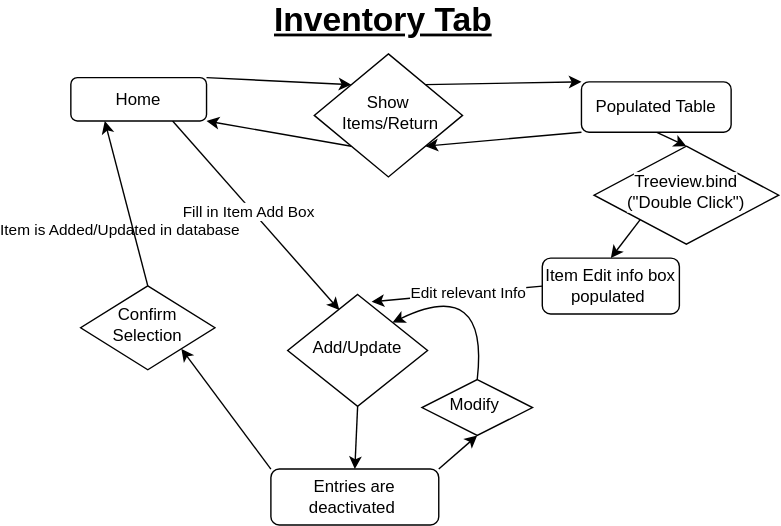
KitchenPizzeria/Client-Apps keeps this draw.io diagram as Data Flow Diagrams/InventoryPage.svg. Above is the earlier version. Source tidied: cells renumbered, new cells last; positions are measured from the earlier drawing's top-left corner, leaving out a move shared by most shapes.
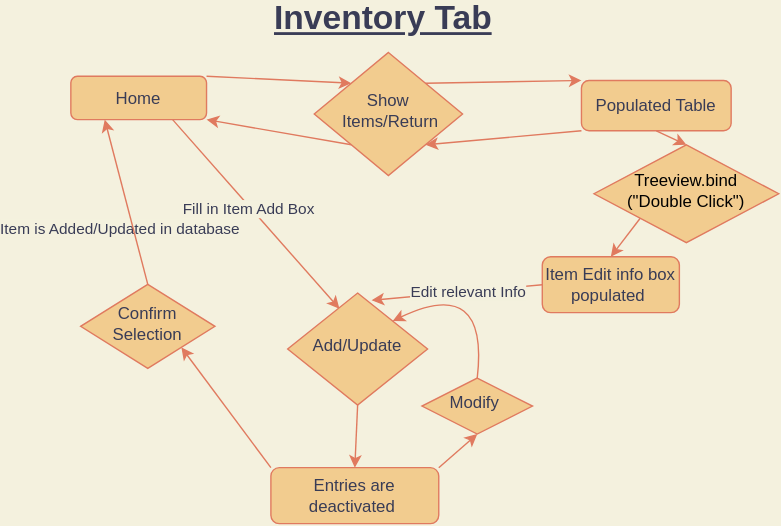
After the change.

Commit message:
Inventory - User Flow Diagram

What changed in the source:
```diff
@@ -1,93 +1,93 @@
-<mxGraphModel>
+<mxGraphModel background="#F4F1DE">
   <root>
     <mxCell id="0" />
     <mxCell id="1" parent="0" />
-    <mxCell id="2" style="edgeStyle=none;rounded=0;jettySize=auto;html=1;exitX=1;exitY=0;exitDx=0;exitDy=0;entryX=0;entryY=0;entryDx=0;entryDy=0;" parent="1" edge="1" source="5" target="8">
+    <mxCell id="2" style="edgeStyle=none;rounded=0;jettySize=auto;html=1;exitX=1;exitY=0;exitDx=0;exitDy=0;entryX=0;entryY=0;entryDx=0;entryDy=0;labelBackgroundColor=#F4F1DE;strokeColor=#E07A5F;fontColor=#393C56;" parent="1" edge="1" source="5" target="8">
       <mxGeometry relative="1" as="geometry" />
     </mxCell>
-    <mxCell id="3" style="edgeStyle=none;rounded=0;jettySize=auto;html=1;exitX=0.75;exitY=1;exitDx=0;exitDy=0;entryX=0.37;entryY=0.14;entryDx=0;entryDy=0;entryPerimeter=0;" parent="1" edge="1" source="5" target="20">
+    <mxCell id="3" style="edgeStyle=none;rounded=0;jettySize=auto;html=1;exitX=0.75;exitY=1;exitDx=0;exitDy=0;entryX=0.37;entryY=0.14;entryDx=0;entryDy=0;entryPerimeter=0;labelBackgroundColor=#F4F1DE;strokeColor=#E07A5F;fontColor=#393C56;" parent="1" edge="1" source="5" target="20">
       <mxGeometry relative="1" as="geometry" />
     </mxCell>
-    <mxCell id="4" value="Fill in Item Add Box" style="edgeLabel;html=1;align=center;verticalAlign=middle;" parent="3" vertex="1">
+    <mxCell id="4" value="Fill in Item Add Box" style="edgeLabel;html=1;align=center;verticalAlign=middle;labelBackgroundColor=#F4F1DE;fontColor=#393C56;" parent="3" vertex="1">
       <mxGeometry x="-0.07" y="-2" relative="1" as="geometry" />
     </mxCell>
-    <mxCell id="5" value="Home" style="rounded=1;whiteSpace=wrap;html=1;fontSize=12;glass=0;strokeWidth=1;shadow=0;" parent="1" vertex="1">
+    <mxCell id="5" value="Home" style="rounded=1;whiteSpace=wrap;html=1;fontSize=12;glass=0;strokeWidth=1;shadow=0;fillColor=#F2CC8F;strokeColor=#E07A5F;fontColor=#393C56;" parent="1" vertex="1">
       <mxGeometry y="52" width="97" height="31" as="geometry" />
     </mxCell>
-    <mxCell id="6" style="edgeStyle=none;rounded=0;jettySize=auto;html=1;exitX=1;exitY=0;exitDx=0;exitDy=0;entryX=0;entryY=0;entryDx=0;entryDy=0;" parent="1" edge="1" source="8" target="11">
+    <mxCell id="6" style="edgeStyle=none;rounded=0;jettySize=auto;html=1;exitX=1;exitY=0;exitDx=0;exitDy=0;entryX=0;entryY=0;entryDx=0;entryDy=0;labelBackgroundColor=#F4F1DE;strokeColor=#E07A5F;fontColor=#393C56;" parent="1" edge="1" source="8" target="11">
       <mxGeometry relative="1" as="geometry" />
     </mxCell>
-    <mxCell id="7" style="edgeStyle=none;rounded=0;jettySize=auto;html=1;exitX=0;exitY=1;exitDx=0;exitDy=0;entryX=1;entryY=1;entryDx=0;entryDy=0;" parent="1" edge="1" source="8" target="5">
+    <mxCell id="7" style="edgeStyle=none;rounded=0;jettySize=auto;html=1;exitX=0;exitY=1;exitDx=0;exitDy=0;entryX=1;entryY=1;entryDx=0;entryDy=0;labelBackgroundColor=#F4F1DE;strokeColor=#E07A5F;fontColor=#393C56;" parent="1" edge="1" source="8" target="5">
       <mxGeometry relative="1" as="geometry" />
     </mxCell>
-    <mxCell id="8" value="Show &amp;nbsp;Items/Return" style="rhombus;whiteSpace=wrap;html=1;shadow=0;fontFamily=Helvetica;fontSize=12;align=center;strokeWidth=1;spacing=6;spacingTop=-4;" parent="1" vertex="1">
+    <mxCell id="8" value="Show &amp;nbsp;Items/Return" style="rhombus;whiteSpace=wrap;html=1;shadow=0;fontFamily=Helvetica;fontSize=12;align=center;strokeWidth=1;spacing=6;spacingTop=-4;fillColor=#F2CC8F;strokeColor=#E07A5F;fontColor=#393C56;" parent="1" vertex="1">
       <mxGeometry x="174" y="35" width="106" height="88" as="geometry" />
     </mxCell>
-    <mxCell id="9" style="edgeStyle=none;rounded=0;jettySize=auto;html=1;exitX=0;exitY=1;exitDx=0;exitDy=0;entryX=1;entryY=1;entryDx=0;entryDy=0;" parent="1" edge="1" source="11" target="8">
+    <mxCell id="9" style="edgeStyle=none;rounded=0;jettySize=auto;html=1;exitX=0;exitY=1;exitDx=0;exitDy=0;entryX=1;entryY=1;entryDx=0;entryDy=0;labelBackgroundColor=#F4F1DE;strokeColor=#E07A5F;fontColor=#393C56;" parent="1" edge="1" source="11" target="8">
       <mxGeometry relative="1" as="geometry" />
     </mxCell>
-    <mxCell id="10" style="edgeStyle=none;rounded=0;jettySize=auto;html=1;exitX=0.5;exitY=1;exitDx=0;exitDy=0;entryX=0.5;entryY=0;entryDx=0;entryDy=0;" parent="1" edge="1" source="11" target="17">
+    <mxCell id="10" style="edgeStyle=none;rounded=0;jettySize=auto;html=1;exitX=0.5;exitY=1;exitDx=0;exitDy=0;entryX=0.5;entryY=0;entryDx=0;entryDy=0;labelBackgroundColor=#F4F1DE;strokeColor=#E07A5F;fontColor=#393C56;" parent="1" edge="1" source="11" target="17">
       <mxGeometry relative="1" as="geometry" />
     </mxCell>
-    <mxCell id="11" value="Populated Table" style="rounded=1;whiteSpace=wrap;html=1;fontSize=12;glass=0;strokeWidth=1;shadow=0;" parent="1" vertex="1">
+    <mxCell id="11" value="Populated Table" style="rounded=1;whiteSpace=wrap;html=1;fontSize=12;glass=0;strokeWidth=1;shadow=0;fillColor=#F2CC8F;strokeColor=#E07A5F;fontColor=#393C56;" parent="1" vertex="1">
       <mxGeometry x="365" y="55" width="107" height="36" as="geometry" />
     </mxCell>
-    <mxCell id="12" style="edgeStyle=none;rounded=0;jettySize=auto;html=1;exitX=0;exitY=0.5;exitDx=0;exitDy=0;entryX=0.6;entryY=0.065;entryDx=0;entryDy=0;entryPerimeter=0;" parent="1" edge="1" source="14" target="20">
+    <mxCell id="12" style="edgeStyle=none;rounded=0;jettySize=auto;html=1;exitX=0;exitY=0.5;exitDx=0;exitDy=0;entryX=0.6;entryY=0.065;entryDx=0;entryDy=0;entryPerimeter=0;labelBackgroundColor=#F4F1DE;strokeColor=#E07A5F;fontColor=#393C56;" parent="1" edge="1" source="14" target="20">
       <mxGeometry relative="1" as="geometry" />
     </mxCell>
-    <mxCell id="13" value="Edit relevant Info" style="edgeLabel;html=1;align=center;verticalAlign=middle;" parent="12" vertex="1">
+    <mxCell id="13" value="Edit relevant Info" style="edgeLabel;html=1;align=center;verticalAlign=middle;labelBackgroundColor=#F4F1DE;fontColor=#393C56;" parent="12" vertex="1">
       <mxGeometry x="-0.12" relative="1" as="geometry" />
     </mxCell>
-    <mxCell id="14" value="Item Edit info box populated&amp;nbsp;" style="rounded=1;whiteSpace=wrap;html=1;fontSize=12;glass=0;strokeWidth=1;shadow=0;" parent="1" vertex="1">
+    <mxCell id="14" value="Item Edit info box populated&amp;nbsp;" style="rounded=1;whiteSpace=wrap;html=1;fontSize=12;glass=0;strokeWidth=1;shadow=0;fillColor=#F2CC8F;strokeColor=#E07A5F;fontColor=#393C56;" parent="1" vertex="1">
       <mxGeometry x="337" y="181" width="98" height="40" as="geometry" />
     </mxCell>
-    <mxCell id="15" value="&lt;font style=&quot;font-size: 24px&quot;&gt;&lt;u&gt;&lt;b&gt;Inventory Tab&lt;/b&gt;&lt;/u&gt;&lt;/font&gt;" style="text;html=1;align=center;verticalAlign=middle;strokeColor=none;fillColor=none;strokeWidth=4;" parent="1" vertex="1">
+    <mxCell id="15" value="&lt;font style=&quot;font-size: 24px&quot;&gt;&lt;u&gt;&lt;b&gt;Inventory Tab&lt;/b&gt;&lt;/u&gt;&lt;/font&gt;" style="text;html=1;align=center;verticalAlign=middle;strokeColor=none;fillColor=none;strokeWidth=4;fontColor=#393C56;" parent="1" vertex="1">
       <mxGeometry x="140" width="166" height="22" as="geometry" />
     </mxCell>
-    <mxCell id="16" style="rounded=0;jettySize=auto;html=1;exitX=0;exitY=1;exitDx=0;exitDy=0;entryX=0.5;entryY=0;entryDx=0;entryDy=0;" parent="1" edge="1" source="17" target="14">
+    <mxCell id="16" style="rounded=0;jettySize=auto;html=1;exitX=0;exitY=1;exitDx=0;exitDy=0;entryX=0.5;entryY=0;entryDx=0;entryDy=0;labelBackgroundColor=#F4F1DE;strokeColor=#E07A5F;fontColor=#393C56;" parent="1" edge="1" source="17" target="14">
       <mxGeometry relative="1" as="geometry" />
     </mxCell>
-    <mxCell id="17" value="&lt;span style=&quot;color: rgb(0 , 0 , 0) ; font-family: &amp;#34;helvetica&amp;#34; ; font-size: 12px ; font-style: normal ; font-weight: normal ; letter-spacing: normal ; text-align: center ; text-indent: 0px ; text-transform: none ; word-spacing: 0px ; background-color: rgb(255 , 255 , 255) ; text-decoration: none ; display: inline ; float: none&quot;&gt;Treeview.bind&lt;br&gt;(&quot;Double Click&quot;)&lt;/span&gt;" style="rhombus;whiteSpace=wrap;html=1;shadow=0;fontFamily=Helvetica;fontSize=12;align=center;strokeWidth=1;spacing=6;spacingTop=-4;" parent="1" vertex="1">
+    <mxCell id="17" value="&lt;span style=&quot;color: rgb(0, 0, 0); font-family: helvetica; font-size: 12px; font-style: normal; font-weight: normal; letter-spacing: normal; text-align: center; text-indent: 0px; text-transform: none; word-spacing: 0px; text-decoration: none; display: inline; float: none;&quot;&gt;Treeview.bind&lt;br&gt;(&quot;Double Click&quot;)&lt;/span&gt;" style="rhombus;whiteSpace=wrap;html=1;shadow=0;fontFamily=Helvetica;fontSize=12;align=center;strokeWidth=1;spacing=6;spacingTop=-4;fillColor=#F2CC8F;strokeColor=#E07A5F;fontColor=#393C56;" parent="1" vertex="1">
       <mxGeometry x="374" y="101" width="132" height="70" as="geometry" />
     </mxCell>
-    <mxCell id="18" style="edgeStyle=none;rounded=0;orthogonalLoop=1;jettySize=auto;html=1;exitX=0.25;exitY=1;exitDx=0;exitDy=0;" parent="1" edge="1">
+    <mxCell id="18" style="edgeStyle=none;rounded=0;orthogonalLoop=1;jettySize=auto;html=1;exitX=0.25;exitY=1;exitDx=0;exitDy=0;labelBackgroundColor=#F4F1DE;strokeColor=#E07A5F;fontColor=#393C56;" parent="1" edge="1">
       <mxGeometry relative="1" as="geometry">
         <mxPoint x="305" y="156" as="sourcePoint" />
         <mxPoint x="305" y="156" as="targetPoint" />
       </mxGeometry>
     </mxCell>
-    <mxCell id="19" style="edgeStyle=none;rounded=0;jettySize=auto;html=1;exitX=0.5;exitY=1;exitDx=0;exitDy=0;entryX=0.5;entryY=0;entryDx=0;entryDy=0;" parent="1" edge="1" source="20" target="24">
+    <mxCell id="19" style="edgeStyle=none;rounded=0;jettySize=auto;html=1;exitX=0.5;exitY=1;exitDx=0;exitDy=0;entryX=0.5;entryY=0;entryDx=0;entryDy=0;labelBackgroundColor=#F4F1DE;strokeColor=#E07A5F;fontColor=#393C56;" parent="1" edge="1" source="20" target="24">
       <mxGeometry relative="1" as="geometry" />
     </mxCell>
-    <mxCell id="20" value="Add/Update" style="rhombus;whiteSpace=wrap;html=1;shadow=0;fontFamily=Helvetica;fontSize=12;align=center;strokeWidth=1;spacing=6;spacingTop=-4;" parent="1" vertex="1">
+    <mxCell id="20" value="Add/Update" style="rhombus;whiteSpace=wrap;html=1;shadow=0;fontFamily=Helvetica;fontSize=12;align=center;strokeWidth=1;spacing=6;spacingTop=-4;fillColor=#F2CC8F;strokeColor=#E07A5F;fontColor=#393C56;" parent="1" vertex="1">
       <mxGeometry x="155" y="207" width="100" height="80" as="geometry" />
     </mxCell>
-    <mxCell id="21" value="Modify&amp;nbsp;" style="rhombus;whiteSpace=wrap;html=1;shadow=0;fontFamily=Helvetica;fontSize=12;align=center;strokeWidth=1;spacing=6;spacingTop=-4;" parent="1" vertex="1">
+    <mxCell id="21" value="Modify&amp;nbsp;" style="rhombus;whiteSpace=wrap;html=1;shadow=0;fontFamily=Helvetica;fontSize=12;align=center;strokeWidth=1;spacing=6;spacingTop=-4;fillColor=#F2CC8F;strokeColor=#E07A5F;fontColor=#393C56;" parent="1" vertex="1">
       <mxGeometry x="251" y="267.8" width="79" height="40" as="geometry" />
     </mxCell>
-    <mxCell id="22" style="edgeStyle=none;rounded=0;jettySize=auto;html=1;exitX=1;exitY=0;exitDx=0;exitDy=0;entryX=0.5;entryY=1;entryDx=0;entryDy=0;" parent="1" edge="1" source="24" target="21">
+    <mxCell id="22" style="edgeStyle=none;rounded=0;jettySize=auto;html=1;exitX=1;exitY=0;exitDx=0;exitDy=0;entryX=0.5;entryY=1;entryDx=0;entryDy=0;labelBackgroundColor=#F4F1DE;strokeColor=#E07A5F;fontColor=#393C56;" parent="1" edge="1" source="24" target="21">
       <mxGeometry relative="1" as="geometry" />
     </mxCell>
-    <mxCell id="23" style="edgeStyle=none;rounded=0;jettySize=auto;html=1;exitX=0;exitY=0;exitDx=0;exitDy=0;entryX=1;entryY=1;entryDx=0;entryDy=0;" parent="1" edge="1" source="24" target="28">
+    <mxCell id="23" style="edgeStyle=none;rounded=0;jettySize=auto;html=1;exitX=0;exitY=0;exitDx=0;exitDy=0;entryX=1;entryY=1;entryDx=0;entryDy=0;labelBackgroundColor=#F4F1DE;strokeColor=#E07A5F;fontColor=#393C56;" parent="1" edge="1" source="24" target="28">
       <mxGeometry relative="1" as="geometry" />
     </mxCell>
-    <mxCell id="24" value="Entries are deactivated&amp;nbsp;" style="rounded=1;whiteSpace=wrap;html=1;fontSize=12;glass=0;strokeWidth=1;shadow=0;" parent="1" vertex="1">
+    <mxCell id="24" value="Entries are deactivated&amp;nbsp;" style="rounded=1;whiteSpace=wrap;html=1;fontSize=12;glass=0;strokeWidth=1;shadow=0;fillColor=#F2CC8F;strokeColor=#E07A5F;fontColor=#393C56;" parent="1" vertex="1">
       <mxGeometry x="143" y="331.8" width="120" height="40" as="geometry" />
     </mxCell>
-    <mxCell id="25" style="curved=1;endArrow=classic;html=1;exitX=0.5;exitY=0;exitDx=0;exitDy=0;entryX=1;entryY=0;entryDx=0;entryDy=0;" parent="1" edge="1" source="21" target="20">
+    <mxCell id="25" style="curved=1;endArrow=classic;html=1;exitX=0.5;exitY=0;exitDx=0;exitDy=0;entryX=1;entryY=0;entryDx=0;entryDy=0;labelBackgroundColor=#F4F1DE;strokeColor=#E07A5F;fontColor=#393C56;" parent="1" edge="1" source="21" target="20">
       <mxGeometry relative="1" as="geometry">
         <Array as="points">
           <mxPoint x="299" y="194" />
         </Array>
       </mxGeometry>
     </mxCell>
-    <mxCell id="26" value="Item is Added/Updated in database" style="edgeLabel;html=1;align=center;verticalAlign=middle;" parent="1" vertex="1">
+    <mxCell id="26" value="Item is Added/Updated in database" style="edgeLabel;html=1;align=center;verticalAlign=middle;labelBackgroundColor=#F4F1DE;fontColor=#393C56;" parent="1" vertex="1">
       <mxGeometry x="35" y="161" as="geometry" />
     </mxCell>
-    <mxCell id="27" style="edgeStyle=none;rounded=0;jettySize=auto;html=1;exitX=0.5;exitY=0;exitDx=0;exitDy=0;entryX=0.25;entryY=1;entryDx=0;entryDy=0;" parent="1" edge="1" source="28" target="5">
+    <mxCell id="27" style="edgeStyle=none;rounded=0;jettySize=auto;html=1;exitX=0.5;exitY=0;exitDx=0;exitDy=0;entryX=0.25;entryY=1;entryDx=0;entryDy=0;labelBackgroundColor=#F4F1DE;strokeColor=#E07A5F;fontColor=#393C56;" parent="1" edge="1" source="28" target="5">
       <mxGeometry relative="1" as="geometry" />
     </mxCell>
-    <mxCell id="28" value="Confirm Selection" style="rhombus;whiteSpace=wrap;html=1;shadow=0;fontFamily=Helvetica;fontSize=12;align=center;strokeWidth=1;spacing=6;spacingTop=-4;" parent="1" vertex="1">
+    <mxCell id="28" value="Confirm Selection" style="rhombus;whiteSpace=wrap;html=1;shadow=0;fontFamily=Helvetica;fontSize=12;align=center;strokeWidth=1;spacing=6;spacingTop=-4;fillColor=#F2CC8F;strokeColor=#E07A5F;fontColor=#393C56;" parent="1" vertex="1">
       <mxGeometry x="7" y="200.8" width="96" height="60" as="geometry" />
     </mxCell>
   </root>
```
